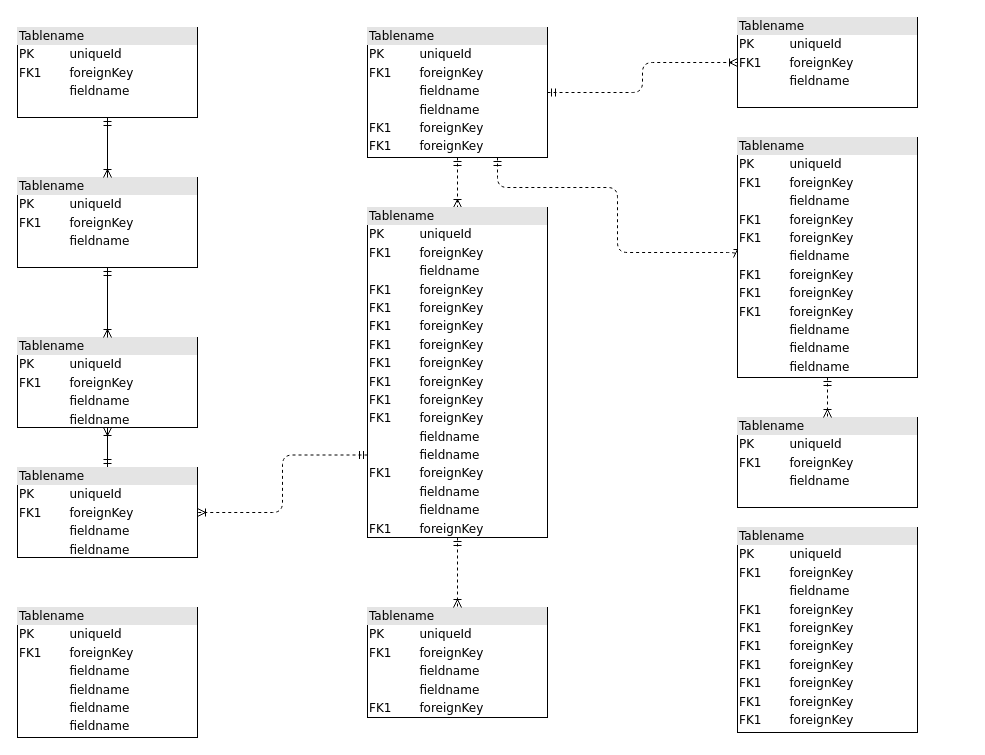
Above: Untitled Diagram.drawio in demagoit/WEB_Project (draw.io), before the change. Source tidied: cells renumbered, new cells numbered last; positions are measured from the earlier drawing's top-left corner, leaving out a move shared by most shapes. Both pictures are drawn from the tidied source at 100%, with x=0, y=0 at pixel (17, 17).
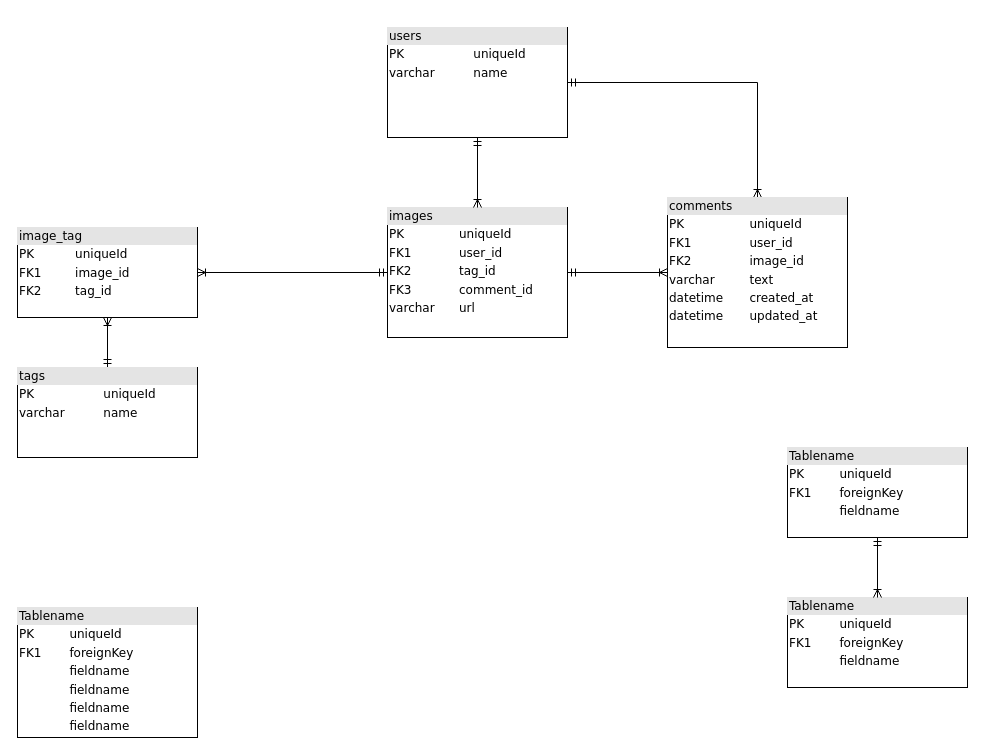
Above is the later version.

Commit message:
comments_schema_initial

Change to the diagram source:
```diff
@@
     <mxCell id="2" value="&lt;div style=&quot;box-sizing:border-box;width:100%;background:#e4e4e4;padding:2px;&quot;&gt;Tablename&lt;/div&gt;&lt;table style=&quot;width:100%;font-size:1em;&quot; cellpadding=&quot;2&quot; cellspacing=&quot;0&quot;&gt;&lt;tr&gt;&lt;td&gt;PK&lt;/td&gt;&lt;td&gt;uniqueId&lt;/td&gt;&lt;/tr&gt;&lt;tr&gt;&lt;td&gt;FK1&lt;/td&gt;&lt;td&gt;foreignKey&lt;/td&gt;&lt;/tr&gt;&lt;tr&gt;&lt;td&gt;&lt;/td&gt;&lt;td&gt;fieldname&lt;/td&gt;&lt;/tr&gt;&lt;/table&gt;" style="verticalAlign=top;align=left;overflow=fill;html=1;rounded=0;shadow=0;comic=0;labelBackgroundColor=none;strokeWidth=1;fontFamily=Verdana;fontSize=12;" parent="1" vertex="1">
-      <mxGeometry y="10" width="180" height="90" as="geometry" />
+      <mxGeometry x="770" y="430" width="180" height="90" as="geometry" />
     </mxCell>
-    <mxCell id="3" style="edgeStyle=orthogonalEdgeStyle;html=1;entryX=0.5;entryY=0;dashed=1;labelBackgroundColor=none;startArrow=ERmandOne;endArrow=ERoneToMany;fontFamily=Verdana;fontSize=12;align=left;" parent="1" edge="1" source="6" target="16">
+    <mxCell id="3" style="edgeStyle=orthogonalEdgeStyle;rounded=0;jettySize=auto;html=1;startArrow=ERmandOne;startFill=0;endArrow=ERoneToMany;endFill=0;" parent="1" edge="1" source="6" target="16">
       <mxGeometry relative="1" as="geometry" />
     </mxCell>
-    <mxCell id="4" style="edgeStyle=orthogonalEdgeStyle;html=1;dashed=1;labelBackgroundColor=none;startArrow=ERmandOne;endArrow=ERoneToMany;fontFamily=Verdana;fontSize=12;align=left;entryX=0;entryY=0.5;" parent="1" edge="1" source="6" target="19">
-      <mxGeometry relative="1" as="geometry">
-        <Array as="points">
-          <mxPoint x="480" y="170" />
-          <mxPoint x="600" y="170" />
-          <mxPoint x="600" y="235" />
-        </Array>
-      </mxGeometry>
-    </mxCell>
-    <mxCell id="5" style="edgeStyle=orthogonalEdgeStyle;html=1;dashed=1;labelBackgroundColor=none;startArrow=ERmandOne;endArrow=ERoneToMany;fontFamily=Verdana;fontSize=12;align=left;" parent="1" edge="1" source="6" target="20">
-      <mxGeometry relative="1" as="geometry" />
-    </mxCell>
-    <mxCell id="6" value="&lt;div style=&quot;box-sizing: border-box ; width: 100% ; background: #e4e4e4 ; padding: 2px&quot;&gt;Tablename&lt;/div&gt;&lt;table style=&quot;width: 100% ; font-size: 1em&quot; cellpadding=&quot;2&quot; cellspacing=&quot;0&quot;&gt;&lt;tbody&gt;&lt;tr&gt;&lt;td&gt;PK&lt;/td&gt;&lt;td&gt;uniqueId&lt;/td&gt;&lt;/tr&gt;&lt;tr&gt;&lt;td&gt;FK1&lt;/td&gt;&lt;td&gt;foreignKey&lt;/td&gt;&lt;/tr&gt;&lt;tr&gt;&lt;td&gt;&lt;/td&gt;&lt;td&gt;fieldname&lt;/td&gt;&lt;/tr&gt;&lt;tr&gt;&lt;td&gt;&lt;br&gt;&lt;/td&gt;&lt;td&gt;fieldname&lt;br&gt;&lt;/td&gt;&lt;/tr&gt;&lt;tr&gt;&lt;td&gt;FK1&lt;br&gt;&lt;/td&gt;&lt;td&gt;foreignKey&lt;br&gt;&lt;/td&gt;&lt;/tr&gt;&lt;tr&gt;&lt;td&gt;FK1&lt;br&gt;&lt;/td&gt;&lt;td&gt;foreignKey&lt;br&gt;&lt;/td&gt;&lt;/tr&gt;&lt;/tbody&gt;&lt;/table&gt;" style="verticalAlign=top;align=left;overflow=fill;html=1;rounded=0;shadow=0;comic=0;labelBackgroundColor=none;strokeWidth=1;fontFamily=Verdana;fontSize=12;" parent="1" vertex="1">
-      <mxGeometry x="350" y="10" width="180" height="130" as="geometry" />
+    <mxCell id="6" value="&lt;div style=&quot;box-sizing: border-box ; width: 100% ; background: #e4e4e4 ; padding: 2px&quot;&gt;images&lt;/div&gt;&lt;table style=&quot;width: 100% ; font-size: 1em&quot; cellpadding=&quot;2&quot; cellspacing=&quot;0&quot;&gt;&lt;tbody&gt;&lt;tr&gt;&lt;td&gt;PK&lt;/td&gt;&lt;td&gt;uniqueId&lt;/td&gt;&lt;/tr&gt;&lt;tr&gt;&lt;td&gt;FK1&lt;/td&gt;&lt;td&gt;user_id&lt;/td&gt;&lt;/tr&gt;&lt;tr&gt;&lt;td&gt;FK2&lt;/td&gt;&lt;td&gt;tag_id&lt;/td&gt;&lt;/tr&gt;&lt;tr&gt;&lt;td&gt;FK3&lt;br&gt;&lt;/td&gt;&lt;td&gt;comment_id&lt;br&gt;&lt;/td&gt;&lt;/tr&gt;&lt;tr&gt;&lt;td&gt;varchar&lt;br&gt;&lt;/td&gt;&lt;td&gt;url&lt;br&gt;&lt;/td&gt;&lt;/tr&gt;&lt;tr&gt;&lt;td&gt;&lt;br&gt;&lt;/td&gt;&lt;td&gt;&lt;br&gt;&lt;/td&gt;&lt;/tr&gt;&lt;/tbody&gt;&lt;/table&gt;" style="verticalAlign=top;align=left;overflow=fill;html=1;rounded=0;shadow=0;comic=0;labelBackgroundColor=none;strokeWidth=1;fontFamily=Verdana;fontSize=12;" parent="1" vertex="1">
+      <mxGeometry x="370" y="190" width="180" height="130" as="geometry" />
     </mxCell>
@@
-    <mxCell id="8" style="edgeStyle=orthogonalEdgeStyle;html=1;exitX=0;exitY=0.75;entryX=1;entryY=0.5;dashed=1;labelBackgroundColor=none;startArrow=ERmandOne;endArrow=ERoneToMany;fontFamily=Verdana;fontSize=12;align=left;" parent="1" edge="1" source="16" target="9">
-      <mxGeometry relative="1" as="geometry" />
-    </mxCell>
-    <mxCell id="9" value="&lt;div style=&quot;box-sizing: border-box ; width: 100% ; background: #e4e4e4 ; padding: 2px&quot;&gt;Tablename&lt;/div&gt;&lt;table style=&quot;width: 100% ; font-size: 1em&quot; cellpadding=&quot;2&quot; cellspacing=&quot;0&quot;&gt;&lt;tbody&gt;&lt;tr&gt;&lt;td&gt;PK&lt;/td&gt;&lt;td&gt;uniqueId&lt;/td&gt;&lt;/tr&gt;&lt;tr&gt;&lt;td&gt;FK1&lt;/td&gt;&lt;td&gt;foreignKey&lt;/td&gt;&lt;/tr&gt;&lt;tr&gt;&lt;td&gt;&lt;/td&gt;&lt;td&gt;fieldname&lt;/td&gt;&lt;/tr&gt;&lt;tr&gt;&lt;td&gt;&lt;br&gt;&lt;/td&gt;&lt;td&gt;fieldname&lt;br&gt;&lt;/td&gt;&lt;/tr&gt;&lt;/tbody&gt;&lt;/table&gt;" style="verticalAlign=top;align=left;overflow=fill;html=1;rounded=0;shadow=0;comic=0;labelBackgroundColor=none;strokeWidth=1;fontFamily=Verdana;fontSize=12;" parent="1" vertex="1">
-      <mxGeometry y="450" width="180" height="90" as="geometry" />
+    <mxCell id="9" value="&lt;div style=&quot;box-sizing: border-box ; width: 100% ; background: #e4e4e4 ; padding: 2px&quot;&gt;tags&lt;/div&gt;&lt;table style=&quot;width: 100% ; font-size: 1em&quot; cellpadding=&quot;2&quot; cellspacing=&quot;0&quot;&gt;&lt;tbody&gt;&lt;tr&gt;&lt;td&gt;PK&lt;/td&gt;&lt;td&gt;uniqueId&lt;/td&gt;&lt;/tr&gt;&lt;tr&gt;&lt;td&gt;varchar&lt;/td&gt;&lt;td&gt;name&lt;/td&gt;&lt;/tr&gt;&lt;tr&gt;&lt;td&gt;&lt;/td&gt;&lt;td&gt;&lt;br&gt;&lt;/td&gt;&lt;/tr&gt;&lt;tr&gt;&lt;td&gt;&lt;br&gt;&lt;/td&gt;&lt;td&gt;&lt;br&gt;&lt;/td&gt;&lt;/tr&gt;&lt;/tbody&gt;&lt;/table&gt;" style="verticalAlign=top;align=left;overflow=fill;html=1;rounded=0;shadow=0;comic=0;labelBackgroundColor=none;strokeWidth=1;fontFamily=Verdana;fontSize=12;" parent="1" vertex="1">
+      <mxGeometry y="350" width="180" height="90" as="geometry" />
     </mxCell>
+    <mxCell id="23" style="edgeStyle=orthogonalEdgeStyle;rounded=0;jettySize=auto;html=1;entryX=0;entryY=0.5;entryDx=0;entryDy=0;startArrow=ERoneToMany;startFill=0;endArrow=ERmandOne;endFill=0;" parent="1" edge="1" source="10" target="6">
+      <mxGeometry relative="1" as="geometry" />
+    </mxCell>
-    <mxCell id="10" value="&lt;div style=&quot;box-sizing: border-box ; width: 100% ; background: #e4e4e4 ; padding: 2px&quot;&gt;Tablename&lt;/div&gt;&lt;table style=&quot;width: 100% ; font-size: 1em&quot; cellpadding=&quot;2&quot; cellspacing=&quot;0&quot;&gt;&lt;tbody&gt;&lt;tr&gt;&lt;td&gt;PK&lt;/td&gt;&lt;td&gt;uniqueId&lt;/td&gt;&lt;/tr&gt;&lt;tr&gt;&lt;td&gt;FK1&lt;/td&gt;&lt;td&gt;foreignKey&lt;/td&gt;&lt;/tr&gt;&lt;tr&gt;&lt;td&gt;&lt;/td&gt;&lt;td&gt;fieldname&lt;/td&gt;&lt;/tr&gt;&lt;tr&gt;&lt;td&gt;&lt;br&gt;&lt;/td&gt;&lt;td&gt;fieldname&lt;br&gt;&lt;/td&gt;&lt;/tr&gt;&lt;/tbody&gt;&lt;/table&gt;" style="verticalAlign=top;align=left;overflow=fill;html=1;rounded=0;shadow=0;comic=0;labelBackgroundColor=none;strokeWidth=1;fontFamily=Verdana;fontSize=12;" parent="1" vertex="1">
-      <mxGeometry y="320" width="180" height="90" as="geometry" />
+    <mxCell id="10" value="&lt;div style=&quot;box-sizing: border-box ; width: 100% ; background: #e4e4e4 ; padding: 2px&quot;&gt;image_tag&lt;/div&gt;&lt;table style=&quot;width: 100% ; font-size: 1em&quot; cellpadding=&quot;2&quot; cellspacing=&quot;0&quot;&gt;&lt;tbody&gt;&lt;tr&gt;&lt;td&gt;PK&lt;/td&gt;&lt;td&gt;uniqueId&lt;/td&gt;&lt;/tr&gt;&lt;tr&gt;&lt;td&gt;FK1&lt;/td&gt;&lt;td&gt;image_id&lt;/td&gt;&lt;/tr&gt;&lt;tr&gt;&lt;td&gt;FK2&lt;/td&gt;&lt;td&gt;tag_id&lt;/td&gt;&lt;/tr&gt;&lt;tr&gt;&lt;td&gt;&lt;br&gt;&lt;/td&gt;&lt;td&gt;&lt;br&gt;&lt;/td&gt;&lt;/tr&gt;&lt;/tbody&gt;&lt;/table&gt;" style="verticalAlign=top;align=left;overflow=fill;html=1;rounded=0;shadow=0;comic=0;labelBackgroundColor=none;strokeWidth=1;fontFamily=Verdana;fontSize=12;" parent="1" vertex="1">
+      <mxGeometry y="210" width="180" height="90" as="geometry" />
     </mxCell>
-    <mxCell id="11" style="edgeStyle=orthogonalEdgeStyle;html=1;entryX=0.5;entryY=0;labelBackgroundColor=none;startArrow=ERmandOne;endArrow=ERoneToMany;fontFamily=Verdana;fontSize=12;align=left;" parent="1" edge="1" source="12" target="10">
-      <mxGeometry relative="1" as="geometry" />
-    </mxCell>
     <mxCell id="12" value="&lt;div style=&quot;box-sizing:border-box;width:100%;background:#e4e4e4;padding:2px;&quot;&gt;Tablename&lt;/div&gt;&lt;table style=&quot;width:100%;font-size:1em;&quot; cellpadding=&quot;2&quot; cellspacing=&quot;0&quot;&gt;&lt;tr&gt;&lt;td&gt;PK&lt;/td&gt;&lt;td&gt;uniqueId&lt;/td&gt;&lt;/tr&gt;&lt;tr&gt;&lt;td&gt;FK1&lt;/td&gt;&lt;td&gt;foreignKey&lt;/td&gt;&lt;/tr&gt;&lt;tr&gt;&lt;td&gt;&lt;/td&gt;&lt;td&gt;fieldname&lt;/td&gt;&lt;/tr&gt;&lt;/table&gt;" style="verticalAlign=top;align=left;overflow=fill;html=1;rounded=0;shadow=0;comic=0;labelBackgroundColor=none;strokeWidth=1;fontFamily=Verdana;fontSize=12;" parent="1" vertex="1">
-      <mxGeometry y="160" width="180" height="90" as="geometry" />
+      <mxGeometry x="770" y="580" width="180" height="90" as="geometry" />
     </mxCell>
-    <mxCell id="13" value="&lt;div style=&quot;box-sizing: border-box ; width: 100% ; background: #e4e4e4 ; padding: 2px&quot;&gt;Tablename&lt;/div&gt;&lt;table style=&quot;width: 100% ; font-size: 1em&quot; cellpadding=&quot;2&quot; cellspacing=&quot;0&quot;&gt;&lt;tbody&gt;&lt;tr&gt;&lt;td&gt;PK&lt;/td&gt;&lt;td&gt;uniqueId&lt;/td&gt;&lt;/tr&gt;&lt;tr&gt;&lt;td&gt;FK1&lt;/td&gt;&lt;td&gt;foreignKey&lt;/td&gt;&lt;/tr&gt;&lt;tr&gt;&lt;td&gt;&lt;/td&gt;&lt;td&gt;fieldname&lt;/td&gt;&lt;/tr&gt;&lt;tr&gt;&lt;td&gt;FK1&lt;br&gt;&lt;/td&gt;&lt;td&gt;foreignKey&lt;br&gt;&lt;/td&gt;&lt;/tr&gt;&lt;tr&gt;&lt;td&gt;FK1&lt;br&gt;&lt;/td&gt;&lt;td&gt;foreignKey&lt;br&gt;&lt;/td&gt;&lt;/tr&gt;&lt;tr&gt;&lt;td&gt;FK1&lt;br&gt;&lt;/td&gt;&lt;td&gt;foreignKey&lt;br&gt;&lt;/td&gt;&lt;/tr&gt;&lt;tr&gt;&lt;td&gt;FK1&lt;br&gt;&lt;/td&gt;&lt;td&gt;foreignKey&lt;br&gt;&lt;/td&gt;&lt;/tr&gt;&lt;tr&gt;&lt;td&gt;FK1&lt;br&gt;&lt;/td&gt;&lt;td&gt;foreignKey&lt;br&gt;&lt;/td&gt;&lt;/tr&gt;&lt;tr&gt;&lt;td&gt;FK1&lt;br&gt;&lt;/td&gt;&lt;td&gt;foreignKey&lt;br&gt;&lt;/td&gt;&lt;/tr&gt;&lt;tr&gt;&lt;td&gt;FK1&lt;br&gt;&lt;/td&gt;&lt;td&gt;foreignKey&lt;br&gt;&lt;/td&gt;&lt;/tr&gt;&lt;/tbody&gt;&lt;/table&gt;" style="verticalAlign=top;align=left;overflow=fill;html=1;rounded=0;shadow=0;comic=0;labelBackgroundColor=none;strokeWidth=1;fontFamily=Verdana;fontSize=12;" parent="1" vertex="1">
-      <mxGeometry x="720" y="510" width="180" height="205" as="geometry" />
-    </mxCell>
+    <mxCell id="24" style="edgeStyle=orthogonalEdgeStyle;rounded=0;jettySize=auto;html=1;startArrow=ERmandOne;startFill=0;endArrow=ERoneToMany;endFill=0;" parent="1" edge="1" source="14" target="16">
+      <mxGeometry relative="1" as="geometry" />
+    </mxCell>
+    <mxCell id="25" style="edgeStyle=orthogonalEdgeStyle;rounded=0;jettySize=auto;html=1;startArrow=ERmandOne;startFill=0;endArrow=ERoneToMany;endFill=0;" parent="1" edge="1" source="14" target="6">
+      <mxGeometry relative="1" as="geometry" />
+    </mxCell>
-    <mxCell id="14" value="&lt;div style=&quot;box-sizing: border-box ; width: 100% ; background: #e4e4e4 ; padding: 2px&quot;&gt;Tablename&lt;/div&gt;&lt;table style=&quot;width: 100% ; font-size: 1em&quot; cellpadding=&quot;2&quot; cellspacing=&quot;0&quot;&gt;&lt;tbody&gt;&lt;tr&gt;&lt;td&gt;PK&lt;/td&gt;&lt;td&gt;uniqueId&lt;/td&gt;&lt;/tr&gt;&lt;tr&gt;&lt;td&gt;FK1&lt;/td&gt;&lt;td&gt;foreignKey&lt;/td&gt;&lt;/tr&gt;&lt;tr&gt;&lt;td&gt;&lt;/td&gt;&lt;td&gt;fieldname&lt;/td&gt;&lt;/tr&gt;&lt;tr&gt;&lt;td&gt;&lt;br&gt;&lt;/td&gt;&lt;td&gt;fieldname&lt;br&gt;&lt;/td&gt;&lt;/tr&gt;&lt;tr&gt;&lt;td&gt;FK1&lt;br&gt;&lt;/td&gt;&lt;td&gt;foreignKey&lt;br&gt;&lt;/td&gt;&lt;/tr&gt;&lt;/tbody&gt;&lt;/table&gt;" style="verticalAlign=top;align=left;overflow=fill;html=1;rounded=0;shadow=0;comic=0;labelBackgroundColor=none;strokeWidth=1;fontFamily=Verdana;fontSize=12;" parent="1" vertex="1">
-      <mxGeometry x="350" y="590" width="180" height="110" as="geometry" />
+    <mxCell id="14" value="&lt;div style=&quot;box-sizing: border-box ; width: 100% ; background: #e4e4e4 ; padding: 2px&quot;&gt;users&lt;/div&gt;&lt;table style=&quot;width: 100% ; font-size: 1em&quot; cellpadding=&quot;2&quot; cellspacing=&quot;0&quot;&gt;&lt;tbody&gt;&lt;tr&gt;&lt;td&gt;PK&lt;/td&gt;&lt;td&gt;uniqueId&lt;/td&gt;&lt;/tr&gt;&lt;tr&gt;&lt;td&gt;varchar&lt;/td&gt;&lt;td&gt;name&lt;/td&gt;&lt;/tr&gt;&lt;tr&gt;&lt;td&gt;&lt;/td&gt;&lt;td&gt;&lt;br&gt;&lt;/td&gt;&lt;/tr&gt;&lt;tr&gt;&lt;td&gt;&lt;br&gt;&lt;/td&gt;&lt;td&gt;&lt;br&gt;&lt;/td&gt;&lt;/tr&gt;&lt;tr&gt;&lt;td&gt;&lt;br&gt;&lt;/td&gt;&lt;td&gt;&lt;br&gt;&lt;/td&gt;&lt;/tr&gt;&lt;/tbody&gt;&lt;/table&gt;" style="verticalAlign=top;align=left;overflow=fill;html=1;rounded=0;shadow=0;comic=0;labelBackgroundColor=none;strokeWidth=1;fontFamily=Verdana;fontSize=12;" parent="1" vertex="1">
+      <mxGeometry x="370" y="10" width="180" height="110" as="geometry" />
     </mxCell>
-    <mxCell id="15" style="edgeStyle=orthogonalEdgeStyle;html=1;entryX=0.5;entryY=0;labelBackgroundColor=none;startArrow=ERmandOne;endArrow=ERoneToMany;fontFamily=Verdana;fontSize=12;align=left;dashed=1;" parent="1" edge="1" source="16" target="14">
-      <mxGeometry relative="1" as="geometry" />
-    </mxCell>
-    <mxCell id="16" value="&lt;div style=&quot;box-sizing: border-box ; width: 100% ; background: #e4e4e4 ; padding: 2px&quot;&gt;Tablename&lt;/div&gt;&lt;table style=&quot;width: 100% ; font-size: 1em&quot; cellpadding=&quot;2&quot; cellspacing=&quot;0&quot;&gt;&lt;tbody&gt;&lt;tr&gt;&lt;td&gt;PK&lt;/td&gt;&lt;td&gt;uniqueId&lt;/td&gt;&lt;/tr&gt;&lt;tr&gt;&lt;td&gt;FK1&lt;/td&gt;&lt;td&gt;foreignKey&lt;/td&gt;&lt;/tr&gt;&lt;tr&gt;&lt;td&gt;&lt;/td&gt;&lt;td&gt;fieldname&lt;/td&gt;&lt;/tr&gt;&lt;tr&gt;&lt;td&gt;FK1&lt;br&gt;&lt;/td&gt;&lt;td&gt;foreignKey&lt;br&gt;&lt;/td&gt;&lt;/tr&gt;&lt;tr&gt;&lt;td&gt;FK1&lt;br&gt;&lt;/td&gt;&lt;td&gt;foreignKey&lt;br&gt;&lt;/td&gt;&lt;/tr&gt;&lt;tr&gt;&lt;td&gt;FK1&lt;br&gt;&lt;/td&gt;&lt;td&gt;foreignKey&lt;br&gt;&lt;/td&gt;&lt;/tr&gt;&lt;tr&gt;&lt;td&gt;FK1&lt;br&gt;&lt;/td&gt;&lt;td&gt;foreignKey&lt;br&gt;&lt;/td&gt;&lt;/tr&gt;&lt;tr&gt;&lt;td&gt;FK1&lt;br&gt;&lt;/td&gt;&lt;td&gt;foreignKey&lt;br&gt;&lt;/td&gt;&lt;/tr&gt;&lt;tr&gt;&lt;td&gt;FK1&lt;br&gt;&lt;/td&gt;&lt;td&gt;foreignKey&lt;br&gt;&lt;/td&gt;&lt;/tr&gt;&lt;tr&gt;&lt;td&gt;FK1&lt;br&gt;&lt;/td&gt;&lt;td&gt;foreignKey&lt;br&gt;&lt;/td&gt;&lt;/tr&gt;&lt;tr&gt;&lt;td&gt;FK1&lt;br&gt;&lt;/td&gt;&lt;td&gt;foreignKey&lt;br&gt;&lt;/td&gt;&lt;/tr&gt;&lt;tr&gt;&lt;td&gt;&lt;br&gt;&lt;/td&gt;&lt;td&gt;fieldname&lt;br&gt;&lt;/td&gt;&lt;/tr&gt;&lt;tr&gt;&lt;td&gt;&lt;br&gt;&lt;/td&gt;&lt;td&gt;fieldname&lt;br&gt;&lt;/td&gt;&lt;/tr&gt;&lt;tr&gt;&lt;td&gt;FK1&lt;br&gt;&lt;/td&gt;&lt;td&gt;foreignKey&lt;br&gt;&lt;/td&gt;&lt;/tr&gt;&lt;tr&gt;&lt;td&gt;&lt;br&gt;&lt;/td&gt;&lt;td&gt;fieldname&lt;br&gt;&lt;/td&gt;&lt;/tr&gt;&lt;tr&gt;&lt;td&gt;&lt;br&gt;&lt;/td&gt;&lt;td&gt;fieldname&lt;br&gt;&lt;/td&gt;&lt;/tr&gt;&lt;tr&gt;&lt;td&gt;FK1&lt;br&gt;&lt;/td&gt;&lt;td&gt;foreignKey&lt;br&gt;&lt;/td&gt;&lt;/tr&gt;&lt;/tbody&gt;&lt;/table&gt;" style="verticalAlign=top;align=left;overflow=fill;html=1;rounded=0;shadow=0;comic=0;labelBackgroundColor=none;strokeWidth=1;fontFamily=Verdana;fontSize=12;" parent="1" vertex="1">
-      <mxGeometry x="350" y="190" width="180" height="330" as="geometry" />
+    <mxCell id="16" value="&lt;div style=&quot;box-sizing: border-box ; width: 100% ; background: #e4e4e4 ; padding: 2px&quot;&gt;comments&lt;br&gt;&lt;/div&gt;&lt;table style=&quot;width: 100% ; font-size: 1em&quot; cellpadding=&quot;2&quot; cellspacing=&quot;0&quot;&gt;&lt;tbody&gt;&lt;tr&gt;&lt;td&gt;PK&lt;/td&gt;&lt;td&gt;uniqueId&lt;/td&gt;&lt;/tr&gt;&lt;tr&gt;&lt;td&gt;FK1&lt;/td&gt;&lt;td&gt;user_id&lt;/td&gt;&lt;/tr&gt;&lt;tr&gt;&lt;td&gt;FK2&lt;/td&gt;&lt;td&gt;image_id&lt;/td&gt;&lt;/tr&gt;&lt;tr&gt;&lt;td&gt;varchar&lt;br&gt;&lt;/td&gt;&lt;td&gt;text&lt;br&gt;&lt;/td&gt;&lt;/tr&gt;&lt;tr&gt;&lt;td&gt;datetime&lt;/td&gt;&lt;td&gt;created_at&lt;br&gt;&lt;/td&gt;&lt;/tr&gt;&lt;tr&gt;&lt;td&gt;datetime&lt;br&gt;&lt;/td&gt;&lt;td&gt;updated_at&lt;br&gt;&lt;/td&gt;&lt;/tr&gt;&lt;tr&gt;&lt;td&gt;&lt;br&gt;&lt;/td&gt;&lt;td&gt;&lt;br&gt;&lt;/td&gt;&lt;/tr&gt;&lt;tr&gt;&lt;td&gt;&lt;br&gt;&lt;/td&gt;&lt;td&gt;&lt;br&gt;&lt;/td&gt;&lt;/tr&gt;&lt;tr&gt;&lt;td&gt;&lt;br&gt;&lt;/td&gt;&lt;td&gt;&lt;br&gt;&lt;/td&gt;&lt;/tr&gt;&lt;tr&gt;&lt;td&gt;&lt;br&gt;&lt;/td&gt;&lt;td&gt;&lt;br&gt;&lt;/td&gt;&lt;/tr&gt;&lt;tr&gt;&lt;td&gt;&lt;br&gt;&lt;/td&gt;&lt;td&gt;&lt;br&gt;&lt;/td&gt;&lt;/tr&gt;&lt;tr&gt;&lt;td&gt;&lt;br&gt;&lt;/td&gt;&lt;td&gt;&lt;br&gt;&lt;/td&gt;&lt;/tr&gt;&lt;tr&gt;&lt;td&gt;&lt;br&gt;&lt;/td&gt;&lt;td&gt;&lt;br&gt;&lt;/td&gt;&lt;/tr&gt;&lt;tr&gt;&lt;td&gt;&lt;br&gt;&lt;/td&gt;&lt;td&gt;&lt;br&gt;&lt;/td&gt;&lt;/tr&gt;&lt;tr&gt;&lt;td&gt;&lt;br&gt;&lt;/td&gt;&lt;td&gt;&lt;br&gt;&lt;/td&gt;&lt;/tr&gt;&lt;tr&gt;&lt;td&gt;&lt;br&gt;&lt;/td&gt;&lt;td&gt;&lt;br&gt;&lt;/td&gt;&lt;/tr&gt;&lt;tr&gt;&lt;td&gt;&lt;br&gt;&lt;/td&gt;&lt;td&gt;&lt;br&gt;&lt;/td&gt;&lt;/tr&gt;&lt;/tbody&gt;&lt;/table&gt;" style="verticalAlign=top;align=left;overflow=fill;html=1;rounded=0;shadow=0;comic=0;labelBackgroundColor=none;strokeWidth=1;fontFamily=Verdana;fontSize=12;" parent="1" vertex="1">
+      <mxGeometry x="650" y="180" width="180" height="150" as="geometry" />
     </mxCell>
-    <mxCell id="17" value="&lt;div style=&quot;box-sizing:border-box;width:100%;background:#e4e4e4;padding:2px;&quot;&gt;Tablename&lt;/div&gt;&lt;table style=&quot;width:100%;font-size:1em;&quot; cellpadding=&quot;2&quot; cellspacing=&quot;0&quot;&gt;&lt;tr&gt;&lt;td&gt;PK&lt;/td&gt;&lt;td&gt;uniqueId&lt;/td&gt;&lt;/tr&gt;&lt;tr&gt;&lt;td&gt;FK1&lt;/td&gt;&lt;td&gt;foreignKey&lt;/td&gt;&lt;/tr&gt;&lt;tr&gt;&lt;td&gt;&lt;/td&gt;&lt;td&gt;fieldname&lt;/td&gt;&lt;/tr&gt;&lt;/table&gt;" style="verticalAlign=top;align=left;overflow=fill;html=1;rounded=0;shadow=0;comic=0;labelBackgroundColor=none;strokeWidth=1;fontFamily=Verdana;fontSize=12;" parent="1" vertex="1">
-      <mxGeometry x="720" y="400" width="180" height="90" as="geometry" />
-    </mxCell>
-    <mxCell id="18" style="edgeStyle=orthogonalEdgeStyle;html=1;entryX=0.5;entryY=0;dashed=1;labelBackgroundColor=none;startArrow=ERmandOne;endArrow=ERoneToMany;fontFamily=Verdana;fontSize=12;align=left;" parent="1" edge="1" source="19" target="17">
-      <mxGeometry relative="1" as="geometry" />
-    </mxCell>
-    <mxCell id="19" value="&lt;div style=&quot;box-sizing: border-box ; width: 100% ; background: #e4e4e4 ; padding: 2px&quot;&gt;Tablename&lt;/div&gt;&lt;table style=&quot;width: 100% ; font-size: 1em&quot; cellpadding=&quot;2&quot; cellspacing=&quot;0&quot;&gt;&lt;tbody&gt;&lt;tr&gt;&lt;td&gt;PK&lt;/td&gt;&lt;td&gt;uniqueId&lt;/td&gt;&lt;/tr&gt;&lt;tr&gt;&lt;td&gt;FK1&lt;/td&gt;&lt;td&gt;foreignKey&lt;/td&gt;&lt;/tr&gt;&lt;tr&gt;&lt;td&gt;&lt;/td&gt;&lt;td&gt;fieldname&lt;/td&gt;&lt;/tr&gt;&lt;tr&gt;&lt;td&gt;FK1&lt;br&gt;&lt;/td&gt;&lt;td&gt;foreignKey&lt;br&gt;&lt;/td&gt;&lt;/tr&gt;&lt;tr&gt;&lt;td&gt;FK1&lt;br&gt;&lt;/td&gt;&lt;td&gt;foreignKey&lt;br&gt;&lt;/td&gt;&lt;/tr&gt;&lt;tr&gt;&lt;td&gt;&lt;br&gt;&lt;/td&gt;&lt;td&gt;fieldname&lt;br&gt;&lt;/td&gt;&lt;/tr&gt;&lt;tr&gt;&lt;td&gt;FK1&lt;br&gt;&lt;/td&gt;&lt;td&gt;foreignKey&lt;br&gt;&lt;/td&gt;&lt;/tr&gt;&lt;tr&gt;&lt;td&gt;FK1&lt;br&gt;&lt;/td&gt;&lt;td&gt;foreignKey&lt;br&gt;&lt;/td&gt;&lt;/tr&gt;&lt;tr&gt;&lt;td&gt;FK1&lt;br&gt;&lt;/td&gt;&lt;td&gt;foreignKey&lt;br&gt;&lt;/td&gt;&lt;/tr&gt;&lt;tr&gt;&lt;td&gt;&lt;br&gt;&lt;/td&gt;&lt;td&gt;fieldname&lt;br&gt;&lt;/td&gt;&lt;/tr&gt;&lt;tr&gt;&lt;td&gt;&lt;br&gt;&lt;/td&gt;&lt;td&gt;fieldname&lt;br&gt;&lt;/td&gt;&lt;/tr&gt;&lt;tr&gt;&lt;td&gt;&lt;br&gt;&lt;/td&gt;&lt;td&gt;fieldname&lt;br&gt;&lt;/td&gt;&lt;/tr&gt;&lt;/tbody&gt;&lt;/table&gt;" style="verticalAlign=top;align=left;overflow=fill;html=1;rounded=0;shadow=0;comic=0;labelBackgroundColor=none;strokeWidth=1;fontFamily=Verdana;fontSize=12;" parent="1" vertex="1">
-      <mxGeometry x="720" y="120" width="180" height="240" as="geometry" />
-    </mxCell>
-    <mxCell id="20" value="&lt;div style=&quot;box-sizing:border-box;width:100%;background:#e4e4e4;padding:2px;&quot;&gt;Tablename&lt;/div&gt;&lt;table style=&quot;width:100%;font-size:1em;&quot; cellpadding=&quot;2&quot; cellspacing=&quot;0&quot;&gt;&lt;tr&gt;&lt;td&gt;PK&lt;/td&gt;&lt;td&gt;uniqueId&lt;/td&gt;&lt;/tr&gt;&lt;tr&gt;&lt;td&gt;FK1&lt;/td&gt;&lt;td&gt;foreignKey&lt;/td&gt;&lt;/tr&gt;&lt;tr&gt;&lt;td&gt;&lt;/td&gt;&lt;td&gt;fieldname&lt;/td&gt;&lt;/tr&gt;&lt;/table&gt;" style="verticalAlign=top;align=left;overflow=fill;html=1;rounded=0;shadow=0;comic=0;labelBackgroundColor=none;strokeWidth=1;fontFamily=Verdana;fontSize=12;" parent="1" vertex="1">
-      <mxGeometry x="720" width="180" height="90" as="geometry" />
-    </mxCell>
```
